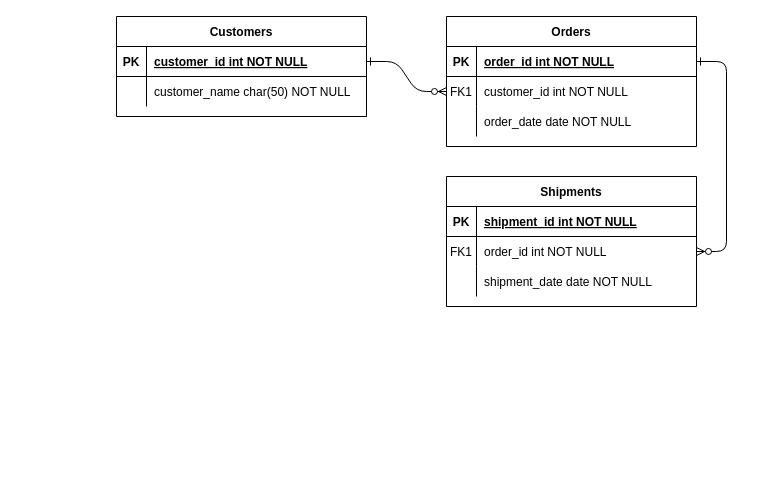
Above: QA_Project_ERD.drawio in Christian-Sav/DevOps-Core-Fundamental-Projec (draw.io), before the change. Source tidied: cells renumbered, new cells numbered last; positions are measured from the earlier drawing's top-left corner, leaving out a move shared by most shapes. Both pictures are drawn from the tidied source at 100%, with x=0, y=0 at pixel (116, 16).
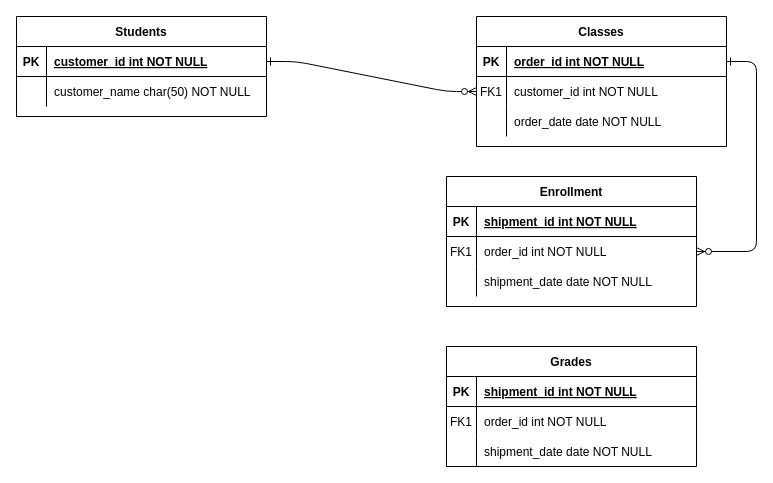
The same diagram, later.

Diff of the diagram source:
```diff
@@
-    <mxCell id="4" value="Orders" style="shape=table;startSize=30;childLayout=tableLayout;rowLines=0;fontStyle=1;align=center;" parent="1" vertex="1">
-      <mxGeometry x="330" width="250" height="130" as="geometry" />
+    <mxCell id="4" value="Classes" style="shape=table;startSize=30;childLayout=tableLayout;rowLines=0;fontStyle=1;align=center;" parent="1" vertex="1">
+      <mxGeometry x="360" width="250" height="130" as="geometry" />
     </mxCell>
@@
-    <mxCell id="14" value="Shipments" style="shape=table;startSize=30;childLayout=tableLayout;rowLines=0;fontStyle=1;align=center;" parent="1" vertex="1">
+    <mxCell id="14" value="Enrollment" style="shape=table;startSize=30;childLayout=tableLayout;rowLines=0;fontStyle=1;align=center;" parent="1" vertex="1">
       <mxGeometry x="330" y="160" width="250" height="130" as="geometry" />
     </mxCell>
@@
-    <mxCell id="24" value="Customers" style="shape=table;startSize=30;childLayout=tableLayout;rowLines=0;fontStyle=1;align=center;" parent="1" vertex="1">
-      <mxGeometry width="250" height="100" as="geometry" />
+    <mxCell id="24" value="Students" style="shape=table;startSize=30;childLayout=tableLayout;rowLines=0;fontStyle=1;align=center;" parent="1" vertex="1">
+      <mxGeometry x="-100" width="250" height="100" as="geometry" />
     </mxCell>
@@
+    <mxCell id="31" value="Grades" style="shape=table;startSize=30;childLayout=tableLayout;rowLines=0;fontStyle=1;align=center;" parent="1" vertex="1">
+      <mxGeometry x="330" y="330" width="250" height="120" as="geometry" />
+    </mxCell>
+    <mxCell id="32" style="shape=partialRectangle;fillColor=none;top=0;left=0;right=0;bottom=1;" parent="31" vertex="1">
+      <mxGeometry y="30" width="250" height="30" as="geometry" />
+    </mxCell>
+    <mxCell id="33" value="PK" style="shape=partialRectangle;overflow=hidden;fillColor=none;top=0;left=0;bottom=0;right=0;fontStyle=1;" parent="32" vertex="1">
+      <mxGeometry width="30" height="30" as="geometry" />
+    </mxCell>
+    <mxCell id="34" value="shipment_id int NOT NULL " style="shape=partialRectangle;overflow=hidden;fillColor=none;top=0;left=0;bottom=0;right=0;align=left;spacingLeft=6;fontStyle=5;" parent="32" vertex="1">
+      <mxGeometry x="30" width="220" height="30" as="geometry" />
+    </mxCell>
+    <mxCell id="35" style="shape=partialRectangle;fillColor=none;top=0;left=0;right=0;bottom=0;" parent="31" vertex="1">
+      <mxGeometry y="60" width="250" height="30" as="geometry" />
+    </mxCell>
+    <mxCell id="36" value="FK1" style="shape=partialRectangle;overflow=hidden;fillColor=none;top=0;left=0;bottom=0;right=0;" parent="35" vertex="1">
+      <mxGeometry width="30" height="30" as="geometry" />
+    </mxCell>
+    <mxCell id="37" value="order_id int NOT NULL" style="shape=partialRectangle;overflow=hidden;fillColor=none;top=0;left=0;bottom=0;right=0;align=left;spacingLeft=6;" parent="35" vertex="1">
+      <mxGeometry x="30" width="220" height="30" as="geometry" />
+    </mxCell>
+    <mxCell id="38" style="shape=partialRectangle;fillColor=none;top=0;left=0;right=0;bottom=0;" parent="31" vertex="1">
+      <mxGeometry y="90" width="250" height="30" as="geometry" />
+    </mxCell>
+    <mxCell id="39" style="shape=partialRectangle;overflow=hidden;fillColor=none;top=0;left=0;bottom=0;right=0;" parent="38" vertex="1">
+      <mxGeometry width="30" height="30" as="geometry" />
+    </mxCell>
+    <mxCell id="40" value="shipment_date date NOT NULL" style="shape=partialRectangle;overflow=hidden;fillColor=none;top=0;left=0;bottom=0;right=0;align=left;spacingLeft=6;" parent="38" vertex="1">
+      <mxGeometry x="30" width="220" height="30" as="geometry" />
+    </mxCell>
```
